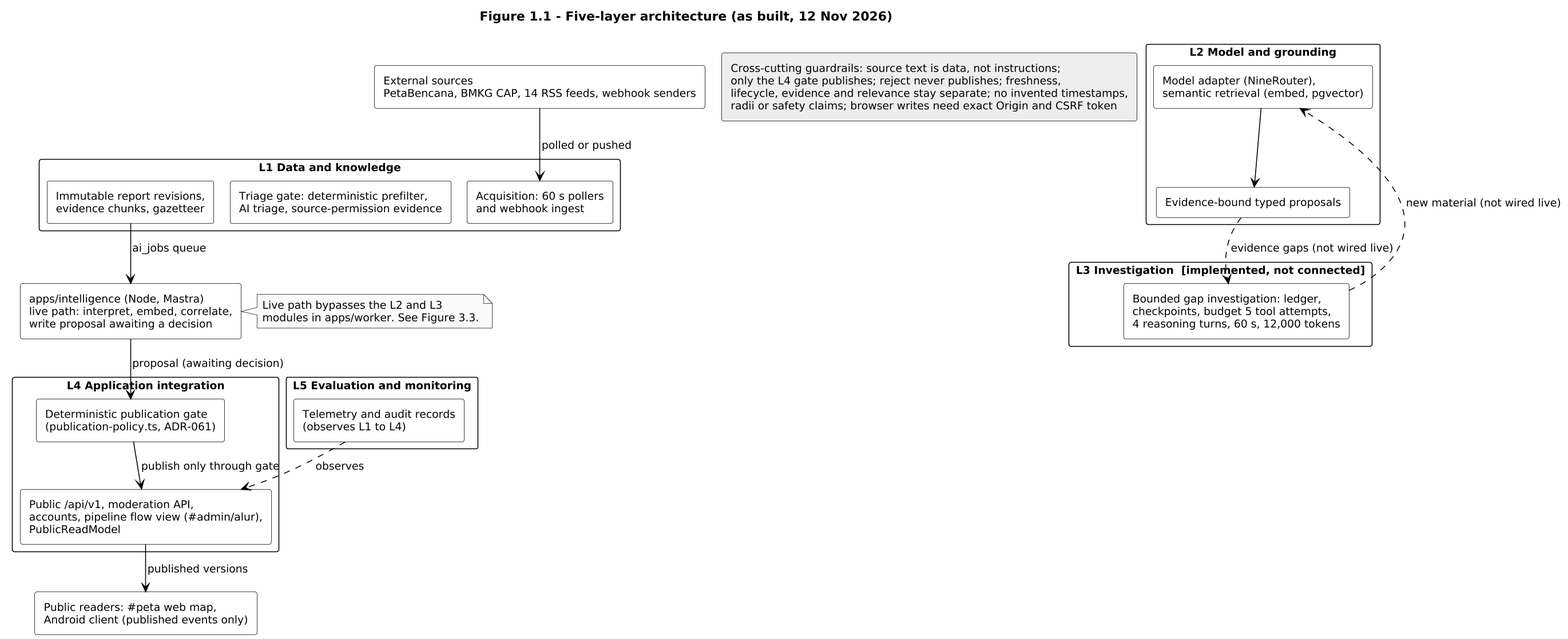
Earlier version of the PlantUML export docs/report/diagrams/rendered/fig-1-1-five-layer-architecture.png (Asassinoooo/Waspada-Jakarta). The source it was exported from:
```plantuml
@startuml fig-1-1-five-layer-architecture
!pragma layout smetana
skinparam dpi 150
skinparam monochrome true
skinparam shadowing false
skinparam defaultFontName Arial
skinparam defaultFontSize 12
skinparam packageStyle rectangle
skinparam rectangle {
  BackgroundColor white
  BorderColor black
}
skinparam ArrowColor black

title Figure 1.1 - Five-layer architecture (as built, 12 Nov 2026)

rectangle "External sources\nPetaBencana, BMKG CAP, 14 RSS feeds, webhook senders" as EXT

package "L1 Data and knowledge" as L1 {
  rectangle "Acquisition: 60 s pollers\nand webhook ingest" as L1A
  rectangle "Triage gate: deterministic prefilter,\nAI triage, source-permission evidence" as L1B
  rectangle "Immutable report revisions,\nevidence chunks, gazetteer" as L1C
}

package "L2 Model and grounding" as L2 {
  rectangle "Model adapter (NineRouter),\nsemantic retrieval (embed, pgvector)" as L2A
  rectangle "Evidence-bound typed proposals" as L2B
}

package "L3 Investigation  [implemented, not connected]" as L3 {
  rectangle "Bounded gap investigation: ledger,\ncheckpoints, budget 5 tool attempts,\n4 reasoning turns, 60 s, 12,000 tokens" as L3A
}

rectangle "apps/intelligence (Node, Mastra)\nlive path: interpret, embed, correlate,\nwrite proposal awaiting a decision" as INT

package "L4 Application integration" as L4 {
  rectangle "Deterministic publication gate\n(publication-policy.ts, ADR-061)" as L4A
  rectangle "Public /api/v1, moderation API,\naccounts, pipeline flow view (#admin/alur),\nPublicReadModel" as L4B
}

package "L5 Evaluation and monitoring" as L5 {
  rectangle "Telemetry and audit records\n(observes L1 to L4)" as L5A
}

rectangle "Public readers: #peta web map,\nAndroid client (published events only)" as PUB

rectangle "Cross-cutting guardrails: source text is data, not instructions;\nonly the L4 gate publishes; reject never publishes; freshness,\nlifecycle, evidence and relevance stay separate; no invented timestamps,\nradii or safety claims; browser writes need exact Origin and CSRF token" as GR #EEEEEE

EXT -down-> L1A : polled or pushed
L1C -down-> INT : ai_jobs queue
INT -down-> L4A : proposal (awaiting decision)
L4A -down-> L4B : publish only through gate
L4B -down-> PUB : published versions
L2A -down-> L2B
L2B -[dashed]-> L3A : evidence gaps (not wired live)
L3A -[dashed]-> L2A : new material (not wired live)
L5A ..> L4B : observes

note right of INT
  Live path bypasses the L2 and L3
  modules in apps/worker. See Figure 3.3.
end note

@enduml
```
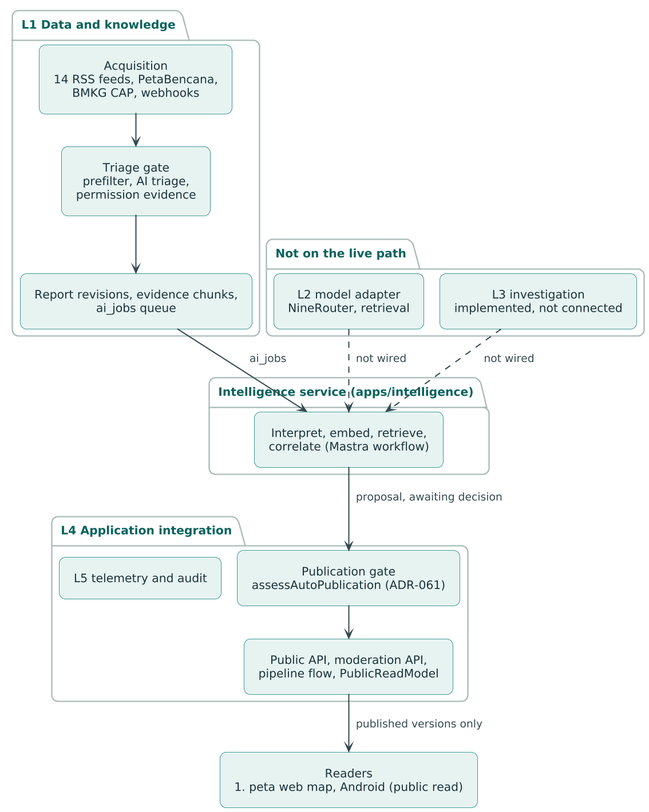
After the change.

Diff of the diagram source:
```diff
@@ -1,64 +1,38 @@
 @startuml fig-1-1-five-layer-architecture
-!pragma layout smetana
-skinparam dpi 150
-skinparam monochrome true
-skinparam shadowing false
-skinparam defaultFontName Arial
-skinparam defaultFontSize 12
-skinparam packageStyle rectangle
-skinparam rectangle {
-  BackgroundColor white
-  BorderColor black
-}
-skinparam ArrowColor black
-
-title Figure 1.1 - Five-layer architecture (as built, 12 Nov 2026)
-
-rectangle "External sources\nPetaBencana, BMKG CAP, 14 RSS feeds, webhook senders" as EXT
+!include theme/waspada-report.theme.puml
+top to bottom direction
 
 package "L1 Data and knowledge" as L1 {
-  rectangle "Acquisition: 60 s pollers\nand webhook ingest" as L1A
-  rectangle "Triage gate: deterministic prefilter,\nAI triage, source-permission evidence" as L1B
-  rectangle "Immutable report revisions,\nevidence chunks, gazetteer" as L1C
+  together {
+    rectangle "Acquisition\n14 RSS feeds, PetaBencana,\nBMKG CAP, webhooks" as ACQ
+    rectangle "Triage gate\nprefilter, AI triage,\npermission evidence" as TRI
+  }
+  rectangle "Report revisions, evidence chunks,\nai_jobs queue" as REV
 }
+package "Intelligence service (apps/intelligence)" as INT {
+  rectangle "Interpret, embed, retrieve,\ncorrelate (Mastra workflow)" as WF
+}
+package "L4 Application integration" as L4 {
+  together {
+    rectangle "Publication gate\nassessAutoPublication (ADR-061)" as GATE
+    rectangle "L5 telemetry and audit" as TEL
+  }
+  rectangle "Public API, moderation API,\npipeline flow, PublicReadModel" as API
+}
+package "Not on the live path" as SIDE {
+  together {
+    rectangle "L2 model adapter\nNineRouter, retrieval" as L2
+    rectangle "L3 investigation\nimplemented, not connected" as L3
+  }
+}
+rectangle "Readers\n#peta web map, Android (public read)" as RD
 
-package "L2 Model and grounding" as L2 {
-  rectangle "Model adapter (NineRouter),\nsemantic retrieval (embed, pgvector)" as L2A
-  rectangle "Evidence-bound typed proposals" as L2B
-}
-
-package "L3 Investigation  [implemented, not connected]" as L3 {
-  rectangle "Bounded gap investigation: ledger,\ncheckpoints, budget 5 tool attempts,\n4 reasoning turns, 60 s, 12,000 tokens" as L3A
-}
-
-rectangle "apps/intelligence (Node, Mastra)\nlive path: interpret, embed, correlate,\nwrite proposal awaiting a decision" as INT
-
-package "L4 Application integration" as L4 {
-  rectangle "Deterministic publication gate\n(publication-policy.ts, ADR-061)" as L4A
-  rectangle "Public /api/v1, moderation API,\naccounts, pipeline flow view (#admin/alur),\nPublicReadModel" as L4B
-}
-
-package "L5 Evaluation and monitoring" as L5 {
-  rectangle "Telemetry and audit records\n(observes L1 to L4)" as L5A
-}
-
-rectangle "Public readers: #peta web map,\nAndroid client (published events only)" as PUB
-
-rectangle "Cross-cutting guardrails: source text is data, not instructions;\nonly the L4 gate publishes; reject never publishes; freshness,\nlifecycle, evidence and relevance stay separate; no invented timestamps,\nradii or safety claims; browser writes need exact Origin and CSRF token" as GR #EEEEEE
-
-EXT -down-> L1A : polled or pushed
-L1C -down-> INT : ai_jobs queue
-INT -down-> L4A : proposal (awaiting decision)
-L4A -down-> L4B : publish only through gate
-L4B -down-> PUB : published versions
-L2A -down-> L2B
-L2B -[dashed]-> L3A : evidence gaps (not wired live)
-L3A -[dashed]-> L2A : new material (not wired live)
-L5A ..> L4B : observes
-
-note right of INT
-  Live path bypasses the L2 and L3
-  modules in apps/worker. See Figure 3.3.
-end note
-
+ACQ --> TRI
+TRI --> REV
+REV --> WF : ai_jobs
+WF --> GATE : proposal, awaiting decision
+GATE --> API
+API --> RD : published versions only
+L2 ..> WF : not wired
+L3 ..> WF : not wired
 @enduml
```
